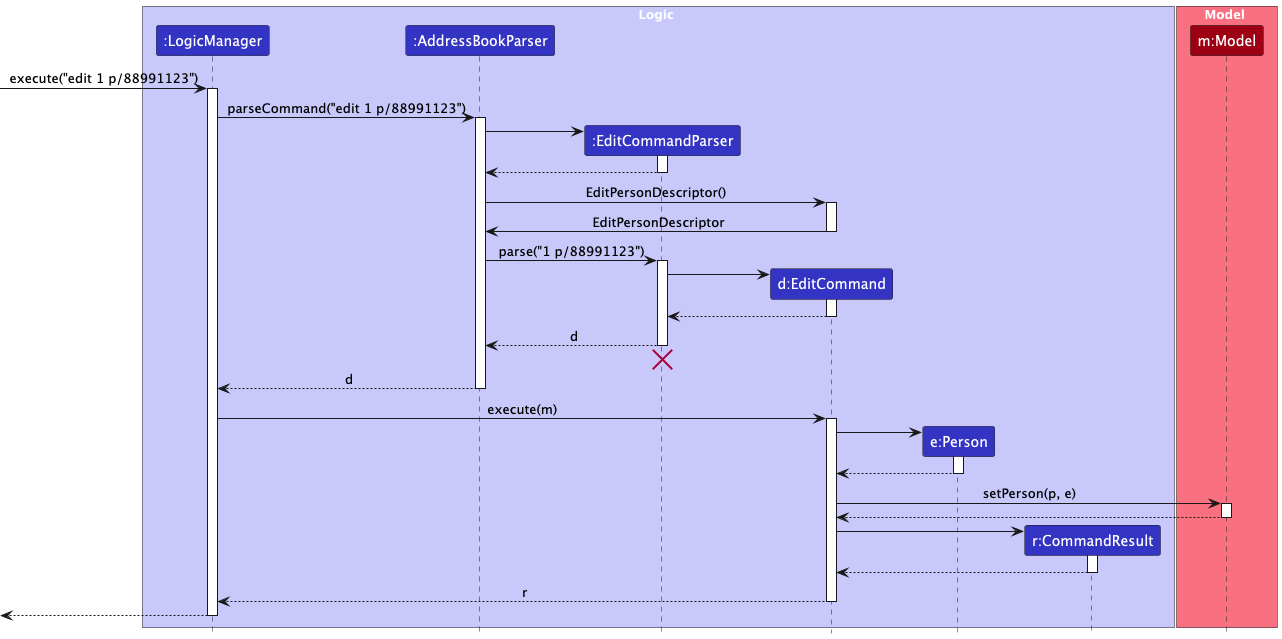
Earlier version of the PlantUML export docs/images/EditSequenceDiagram.png (nus-cs2103-AY2425S1/tp). The source it was exported from:
```plantuml
@startuml
!include style.puml
skinparam ArrowFontStyle plain

box Logic LOGIC_COLOR_T1
participant ":LogicManager" as LogicManager LOGIC_COLOR
participant ":AddressBookParser" as AddressBookParser LOGIC_COLOR
participant ":EditCommandParser" as EditCommandParser LOGIC_COLOR
participant "d:EditCommand" as EditCommand LOGIC_COLOR
participant "e:Person" as Person LOGIC_COLOR
participant "r:CommandResult" as CommandResult LOGIC_COLOR
end box

box Model MODEL_COLOR_T1
participant "m:Model" as Model MODEL_COLOR
end box

[-> LogicManager : execute("edit 1 p/88991123")
activate LogicManager

LogicManager -> AddressBookParser : parseCommand("edit 1 p/88991123")
activate AddressBookParser

create EditCommandParser
AddressBookParser -> EditCommandParser
activate EditCommandParser

EditCommandParser --> AddressBookParser
deactivate EditCommandParser

AddressBookParser -> EditCommand: EditPersonDescriptor()
activate EditCommand

EditCommand -> AddressBookParser: EditPersonDescriptor
deactivate EditCommand

AddressBookParser -> EditCommandParser : parse("1 p/88991123")
activate EditCommandParser

create EditCommand
EditCommandParser -> EditCommand
activate EditCommand

EditCommand --> EditCommandParser :
deactivate EditCommand

EditCommandParser --> AddressBookParser : d
deactivate EditCommandParser
EditCommandParser -[hidden]-> AddressBookParser
destroy EditCommandParser

AddressBookParser --> LogicManager : d
deactivate AddressBookParser

LogicManager -> EditCommand : execute(m)
activate EditCommand

create Person
EditCommand -> Person
activate Person

Person --> EditCommand
deactivate Person

EditCommand -> Model : setPerson(p, e)
activate Model

Model --> EditCommand
deactivate Model

create CommandResult
EditCommand -> CommandResult
activate CommandResult

CommandResult --> EditCommand
deactivate CommandResult

EditCommand --> LogicManager : r
deactivate EditCommand

[<--LogicManager
deactivate LogicManager
@enduml
```
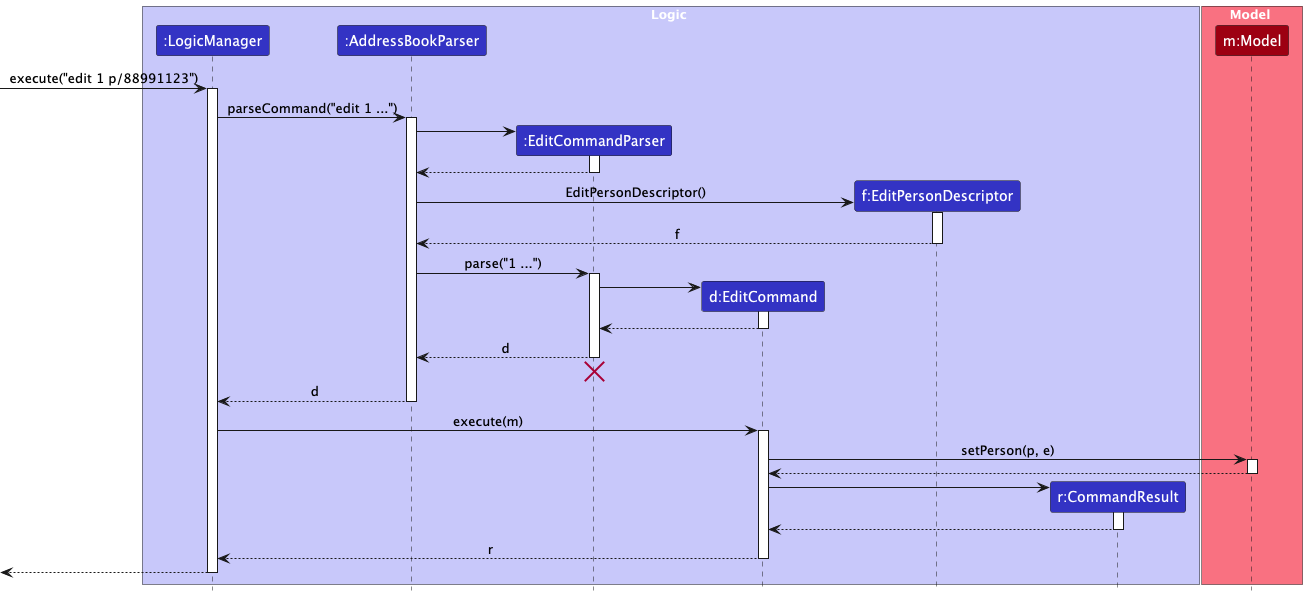
The same file after the commit.

Commit message:
Update sequence diagrams in dg

Change to the diagram source:
```diff
@@ -7,7 +7,7 @@
 participant ":AddressBookParser" as AddressBookParser LOGIC_COLOR
 participant ":EditCommandParser" as EditCommandParser LOGIC_COLOR
 participant "d:EditCommand" as EditCommand LOGIC_COLOR
-participant "e:Person" as Person LOGIC_COLOR
+participant "f:EditPersonDescriptor" as EditPersonDescriptor LOGIC_COLOR
 participant "r:CommandResult" as CommandResult LOGIC_COLOR
 end box
 
@@ -18,7 +18,7 @@
 [-> LogicManager : execute("edit 1 p/88991123")
 activate LogicManager
 
-LogicManager -> AddressBookParser : parseCommand("edit 1 p/88991123")
+LogicManager -> AddressBookParser : parseCommand("edit 1 ...")
 activate AddressBookParser
 
 create EditCommandParser
@@ -28,13 +28,14 @@
 EditCommandParser --> AddressBookParser
 deactivate EditCommandParser
 
-AddressBookParser -> EditCommand: EditPersonDescriptor()
-activate EditCommand
+create EditPersonDescriptor
+AddressBookParser -> EditPersonDescriptor: EditPersonDescriptor()
+activate EditPersonDescriptor
 
-EditCommand -> AddressBookParser: EditPersonDescriptor
-deactivate EditCommand
+EditPersonDescriptor --> AddressBookParser: f
+deactivate EditPersonDescriptor
 
-AddressBookParser -> EditCommandParser : parse("1 p/88991123")
+AddressBookParser -> EditCommandParser : parse("1 ...")
 activate EditCommandParser
 
 create EditCommand
@@ -55,13 +56,6 @@
 LogicManager -> EditCommand : execute(m)
 activate EditCommand
 
-create Person
-EditCommand -> Person
-activate Person
-
-Person --> EditCommand
-deactivate Person
-
 EditCommand -> Model : setPerson(p, e)
 activate Model
 
```
